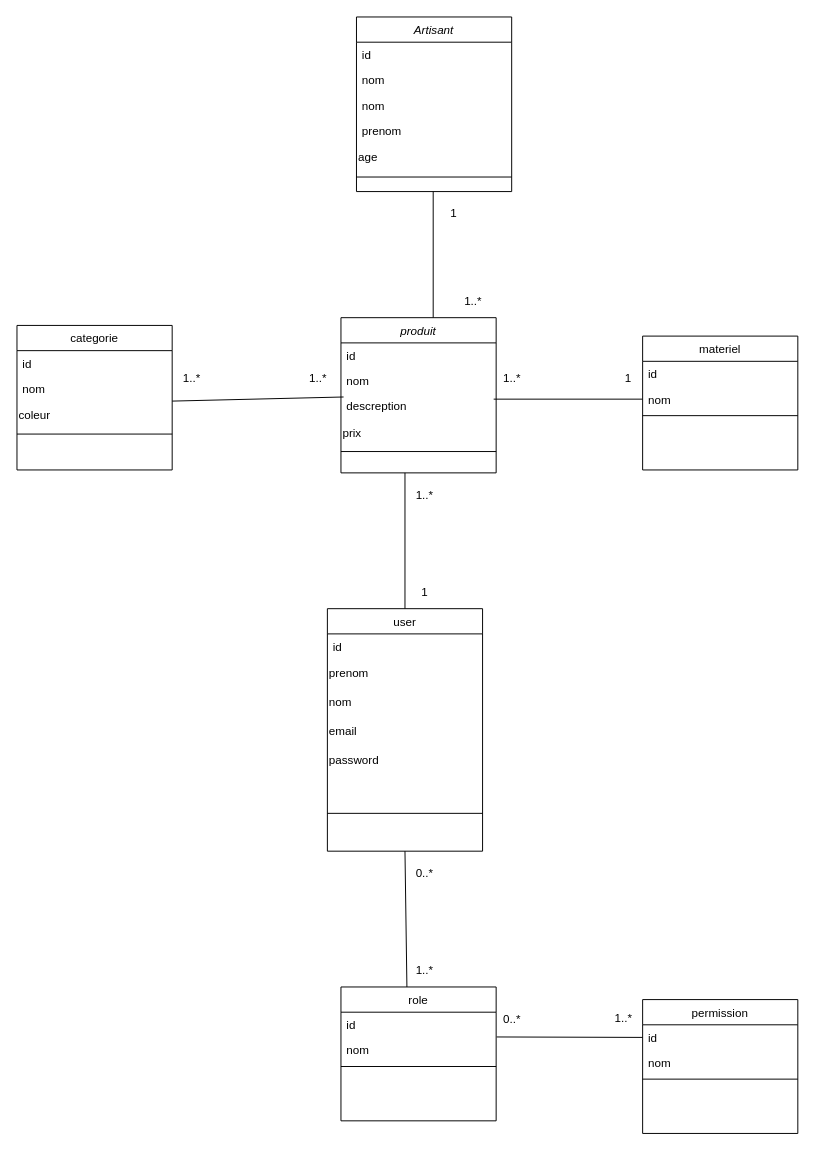
This is class diagram.drawio from Sanalouafi/snaat-baldi-dashboard, a draw.io file, before an edit. Source tidied: cells renumbered, new cells numbered last; positions are measured from the earlier drawing's top-left corner, leaving out a move shared by most shapes. Both pictures are drawn from the tidied source at 97%, with x=0, y=0 at pixel (16, 16).
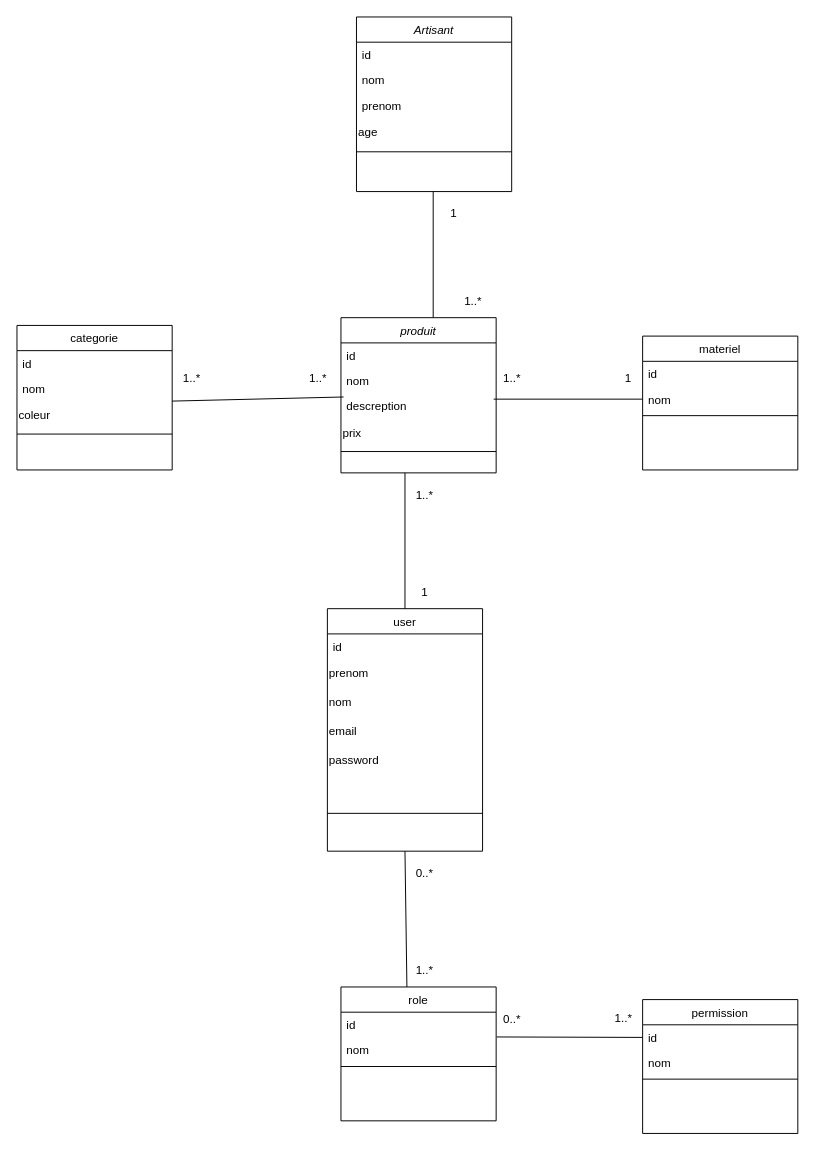
The same diagram, later.

Commit message:
modifier la colone prenom

The change refers to these unchanged cells:
```xml
<mxCell id="31" value="Artisant" style="swimlane;fontStyle=2;align=center;verticalAlign=top;horizontal=1;startSize=26;rounded=0;shadow=0;strokeWidth=1;" parent="1" vertex="1">
  <mxGeometry x="350" width="160" height="180" as="geometry" />
</mxCell>
```

The edit, as a diff of the source:
```diff
@@
-    <mxCell id="34" value="nom" style="text;align=left;verticalAlign=top;spacingLeft=4;spacingRight=4;overflow=hidden;rounded=0;shadow=0;html=0;" parent="31" vertex="1">
-      <mxGeometry y="78" width="160" height="26" as="geometry" />
-    </mxCell>
     <mxCell id="35" value="prenom" style="text;align=left;verticalAlign=top;spacingLeft=4;spacingRight=4;overflow=hidden;rounded=0;shadow=0;html=0;" parent="31" vertex="1">
-      <mxGeometry y="104" width="160" height="26" as="geometry" />
+      <mxGeometry y="78" width="160" height="26" as="geometry" />
     </mxCell>
     <mxCell id="36" value="age" style="text;strokeColor=none;align=left;fillColor=none;html=1;verticalAlign=middle;whiteSpace=wrap;rounded=0;" parent="31" vertex="1">
-      <mxGeometry y="130" width="160" height="30" as="geometry" />
+      <mxGeometry y="104" width="160" height="30" as="geometry" />
     </mxCell>
     <mxCell id="37" style="line;html=1;strokeWidth=1;align=left;verticalAlign=middle;spacingTop=-1;spacingLeft=3;spacingRight=3;labelPosition=right;" parent="31" vertex="1">
-      <mxGeometry y="160" width="160" height="10" as="geometry" />
+      <mxGeometry y="134" width="160" height="10" as="geometry" />
     </mxCell>
```
